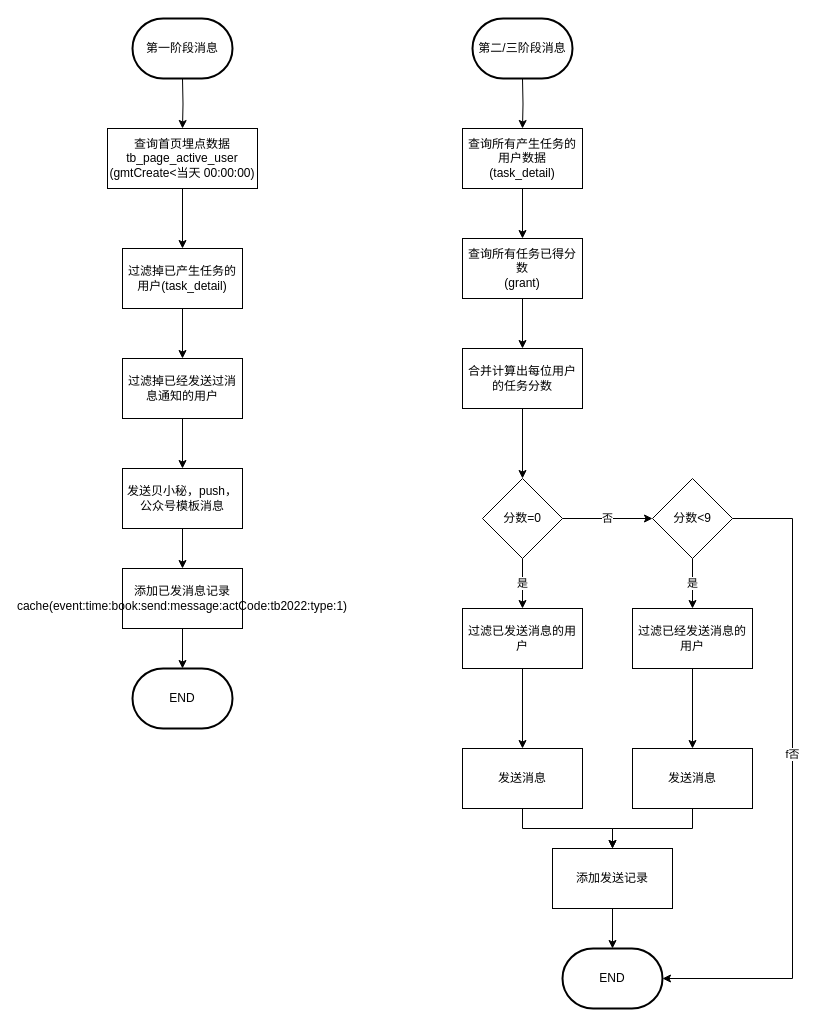
Before: 时光册消息.drawio in JAi-Li/document, a draw.io diagram. Source tidied: cells renumbered, new cells numbered last; positions are measured from the earlier drawing's top-left corner, leaving out a move shared by most shapes. Both pictures are drawn from the tidied source at 100%, with x=0, y=0 at pixel (107, 18).
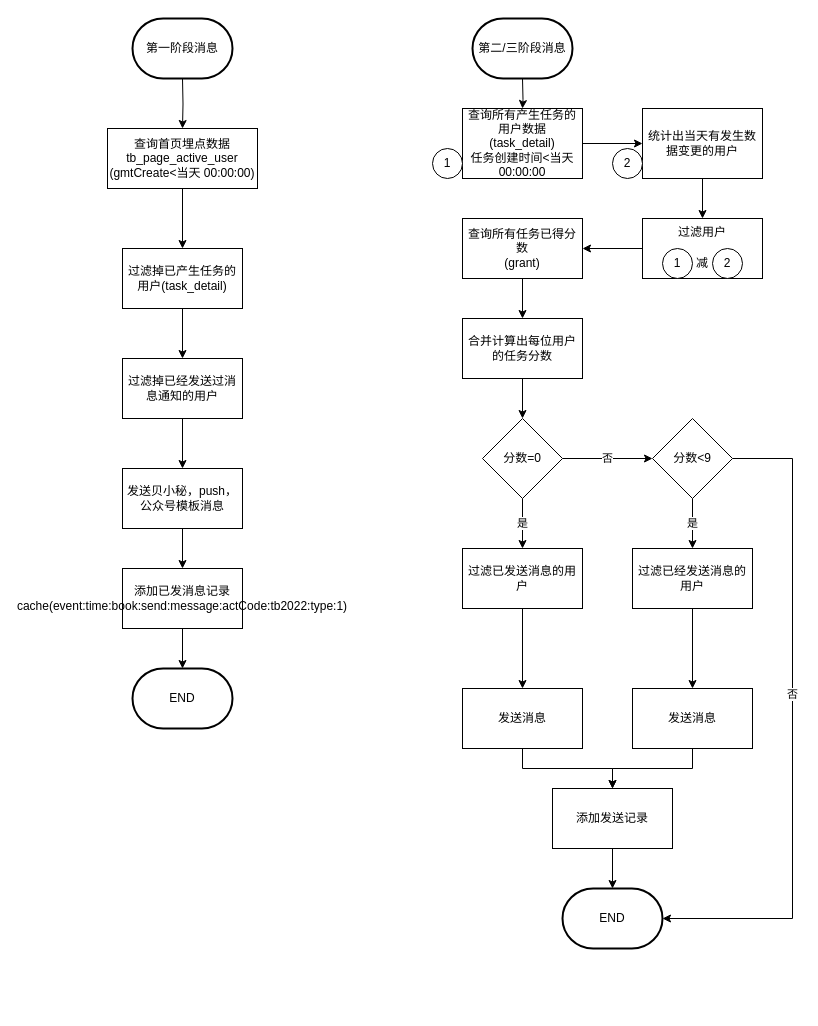
The same page after the edit.

Commit message:
更新时光册消息.drawio

The edit, as a diff of the source:
```diff
@@
-    <mxCell id="14" style="edgeStyle=orthogonalEdgeStyle;rounded=0;jettySize=auto;html=1;" parent="1" edge="1" source="15" target="17">
-      <mxGeometry relative="1" as="geometry" />
-    </mxCell>
+    <mxCell id="40" style="edgeStyle=orthogonalEdgeStyle;rounded=0;jettySize=auto;html=1;" parent="1" edge="1" source="15" target="42">
+      <mxGeometry relative="1" as="geometry" />
+    </mxCell>
-    <mxCell id="15" value="查询所有产生任务的用户数据&lt;br&gt;(task_detail)" style="whiteSpace=wrap;html=1;rounded=0;" parent="1" vertex="1">
-      <mxGeometry x="355" y="110" width="120" height="60" as="geometry" />
+    <mxCell id="15" value="查询所有产生任务的用户数据&lt;br&gt;(task_detail)&lt;br&gt;任务创建时间&amp;lt;当天 00:00:00&lt;br&gt;" style="whiteSpace=wrap;html=1;rounded=0;" parent="1" vertex="1">
+      <mxGeometry x="355" y="90" width="120" height="70" as="geometry" />
     </mxCell>
@@
     <mxCell id="17" value="查询所有任务已得分数&lt;br&gt;(grant)" style="whiteSpace=wrap;html=1;rounded=0;" parent="1" vertex="1">
-      <mxGeometry x="355" y="220" width="120" height="60" as="geometry" />
+      <mxGeometry x="355" y="200" width="120" height="60" as="geometry" />
     </mxCell>
@@
     <mxCell id="19" value="合并计算出每位用户的任务分数" style="whiteSpace=wrap;html=1;rounded=0;" parent="1" vertex="1">
-      <mxGeometry x="355" y="330" width="120" height="60" as="geometry" />
+      <mxGeometry x="355" y="300" width="120" height="60" as="geometry" />
     </mxCell>
     <mxCell id="20" value="是" style="edgeStyle=orthogonalEdgeStyle;rounded=0;jettySize=auto;html=1;" parent="1" edge="1" source="22" target="24">
       <mxGeometry relative="1" as="geometry">
         <Array as="points">
-          <mxPoint x="415" y="560" />
-          <mxPoint x="415" y="560" />
+          <mxPoint x="415" y="500" />
+          <mxPoint x="415" y="500" />
         </Array>
       </mxGeometry>
     </mxCell>
@@
     <mxCell id="22" value="分数=0" style="rhombus;whiteSpace=wrap;html=1;rounded=0;" parent="1" vertex="1">
-      <mxGeometry x="375" y="460" width="80" height="80" as="geometry" />
+      <mxGeometry x="375" y="400" width="80" height="80" as="geometry" />
     </mxCell>
@@
     <mxCell id="24" value="过滤已发送消息的用户" style="whiteSpace=wrap;html=1;rounded=0;" parent="1" vertex="1">
-      <mxGeometry x="355" y="590" width="120" height="60" as="geometry" />
+      <mxGeometry x="355" y="530" width="120" height="60" as="geometry" />
     </mxCell>
@@
-    <mxCell id="26" value="f否" style="edgeStyle=orthogonalEdgeStyle;rounded=0;jettySize=auto;html=1;entryX=1;entryY=0.5;entryDx=0;entryDy=0;entryPerimeter=0;" parent="1" edge="1" source="27" target="37">
+    <mxCell id="26" value="否" style="edgeStyle=orthogonalEdgeStyle;rounded=0;jettySize=auto;html=1;entryX=1;entryY=0.5;entryDx=0;entryDy=0;entryPerimeter=0;" parent="1" edge="1" source="27" target="37">
       <mxGeometry x="-0.09" relative="1" as="geometry">
         <Array as="points">
-          <mxPoint x="685" y="500" />
-          <mxPoint x="685" y="960" />
+          <mxPoint x="685" y="440" />
+          <mxPoint x="685" y="900" />
         </Array>
       </mxGeometry>
     </mxCell>
     <mxCell id="27" value="分数&amp;lt;9" style="rhombus;whiteSpace=wrap;html=1;rounded=0;" parent="1" vertex="1">
-      <mxGeometry x="545" y="460" width="80" height="80" as="geometry" />
+      <mxGeometry x="545" y="400" width="80" height="80" as="geometry" />
     </mxCell>
@@
     <mxCell id="29" value="过滤已经发送消息的用户" style="whiteSpace=wrap;html=1;rounded=0;" parent="1" vertex="1">
-      <mxGeometry x="525" y="590" width="120" height="60" as="geometry" />
+      <mxGeometry x="525" y="530" width="120" height="60" as="geometry" />
     </mxCell>
@@
     <mxCell id="31" value="发送消息" style="whiteSpace=wrap;html=1;rounded=0;" parent="1" vertex="1">
-      <mxGeometry x="355" y="730" width="120" height="60" as="geometry" />
+      <mxGeometry x="355" y="670" width="120" height="60" as="geometry" />
     </mxCell>
@@
     <mxCell id="33" value="发送消息" style="whiteSpace=wrap;html=1;rounded=0;" parent="1" vertex="1">
-      <mxGeometry x="525" y="730" width="120" height="60" as="geometry" />
+      <mxGeometry x="525" y="670" width="120" height="60" as="geometry" />
     </mxCell>
@@
     <mxCell id="37" value="END" style="strokeWidth=2;html=1;shape=mxgraph.flowchart.terminator;whiteSpace=wrap;" parent="1" vertex="1">
-      <mxGeometry x="455" y="930" width="100" height="60" as="geometry" />
+      <mxGeometry x="455" y="870" width="100" height="60" as="geometry" />
     </mxCell>
@@
     <mxCell id="39" value="添加发送记录" style="whiteSpace=wrap;html=1;rounded=0;" parent="1" vertex="1">
-      <mxGeometry x="445" y="830" width="120" height="60" as="geometry" />
+      <mxGeometry x="445" y="770" width="120" height="60" as="geometry" />
     </mxCell>
+    <mxCell id="41" style="edgeStyle=orthogonalEdgeStyle;rounded=0;jettySize=auto;html=1;" parent="1" edge="1" source="42" target="44">
+      <mxGeometry relative="1" as="geometry" />
+    </mxCell>
+    <mxCell id="42" value="统计出当天有发生数据变更的用户" style="whiteSpace=wrap;html=1;rounded=0;" parent="1" vertex="1">
+      <mxGeometry x="535" y="90" width="120" height="70" as="geometry" />
+    </mxCell>
+    <mxCell id="43" style="edgeStyle=orthogonalEdgeStyle;rounded=0;jettySize=auto;html=1;" parent="1" edge="1" source="44" target="17">
+      <mxGeometry relative="1" as="geometry" />
+    </mxCell>
+    <mxCell id="44" value="过滤用户" style="whiteSpace=wrap;html=1;rounded=0;align=center;horizontal=1;verticalAlign=top;" parent="1" vertex="1">
+      <mxGeometry x="535" y="200" width="120" height="60" as="geometry" />
+    </mxCell>
+    <mxCell id="45" value="1" style="ellipse;whiteSpace=wrap;html=1;" parent="1" vertex="1">
+      <mxGeometry x="325" y="130" width="30" height="30" as="geometry" />
+    </mxCell>
+    <mxCell id="46" value="2" style="ellipse;whiteSpace=wrap;html=1;" parent="1" vertex="1">
+      <mxGeometry x="505" y="130" width="30" height="30" as="geometry" />
+    </mxCell>
+    <mxCell id="47" value="1" style="ellipse;whiteSpace=wrap;html=1;" parent="1" vertex="1">
+      <mxGeometry x="555" y="230" width="30" height="30" as="geometry" />
+    </mxCell>
+    <mxCell id="48" value="2" style="ellipse;whiteSpace=wrap;html=1;" parent="1" vertex="1">
+      <mxGeometry x="605" y="230" width="30" height="30" as="geometry" />
+    </mxCell>
+    <mxCell id="49" value="减" style="text;html=1;strokeColor=none;fillColor=none;align=center;verticalAlign=middle;whiteSpace=wrap;rounded=0;" parent="1" vertex="1">
+      <mxGeometry x="565" y="230" width="60" height="30" as="geometry" />
+    </mxCell>
```
